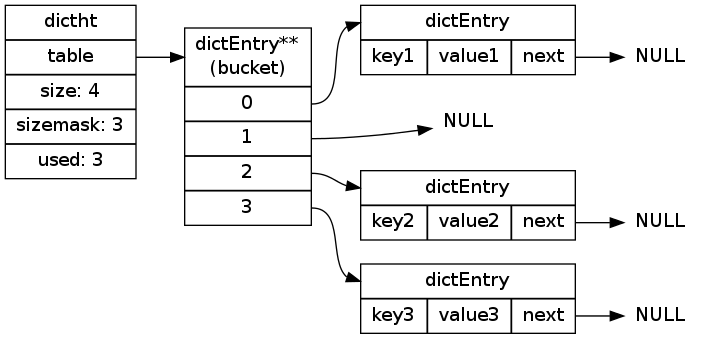
Earlier version of the Graphviz export internal-datastruct/image/hash_table_example.png (huangzworks/redisbook). Its source is kept beside it as internal-datastruct/image/hash_table_example.dot.
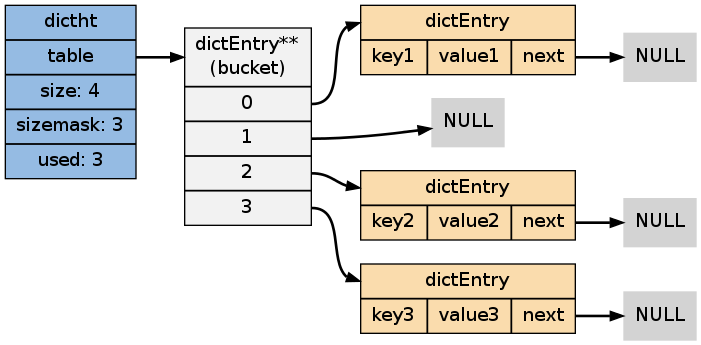
The same file after the commit.

What changed in the source:
```diff
@@ -3,18 +3,20 @@
 
     rankdir = LR;
 
-    node[shape=record];
+    node[shape = record, style = filled];
+
+    edge [style = bold];
 
 
-    ht1 [label="<dictht>dictht |<table> table | size: 4 | sizemask: 3 | used: 3"];
+    ht1 [label="<dictht>dictht |<table> table | size: 4 | sizemask: 3 | used: 3", fillcolor = "#95BBE3"];
 
-    bucket [label="<head>dictEntry**\n(bucket) |<table0> 0 |<table1> 1 |<table2> 2 |<table3> 3 "];
+    bucket [label="<head>dictEntry**\n(bucket) |<table0> 0 |<table1> 1 |<table2> 2 |<table3> 3 ", fillcolor = "#F2F2F2"];
 
-    pair_1 [label="<head>dictEntry |{key1 | value1 |<next>next}"];
+    pair_1 [label="<head>dictEntry |{key1 | value1 |<next>next}", fillcolor = "#FADCAD"];
 
-    pair_2 [label="<head>dictEntry |{key2 | value2 |<next>next}"];
+    pair_2 [label="<head>dictEntry |{key2 | value2 |<next>next}", fillcolor = "#FADCAD"];
 
-    pair_3 [label="<head>dictEntry |{key3 | value3 |<next>next}"];
+    pair_3 [label="<head>dictEntry |{key3 | value3 |<next>next}", fillcolor = "#FADCAD"];
 
     null0 [label="NULL", shape=plaintext];
     null1 [label="NULL", shape=plaintext];
```
